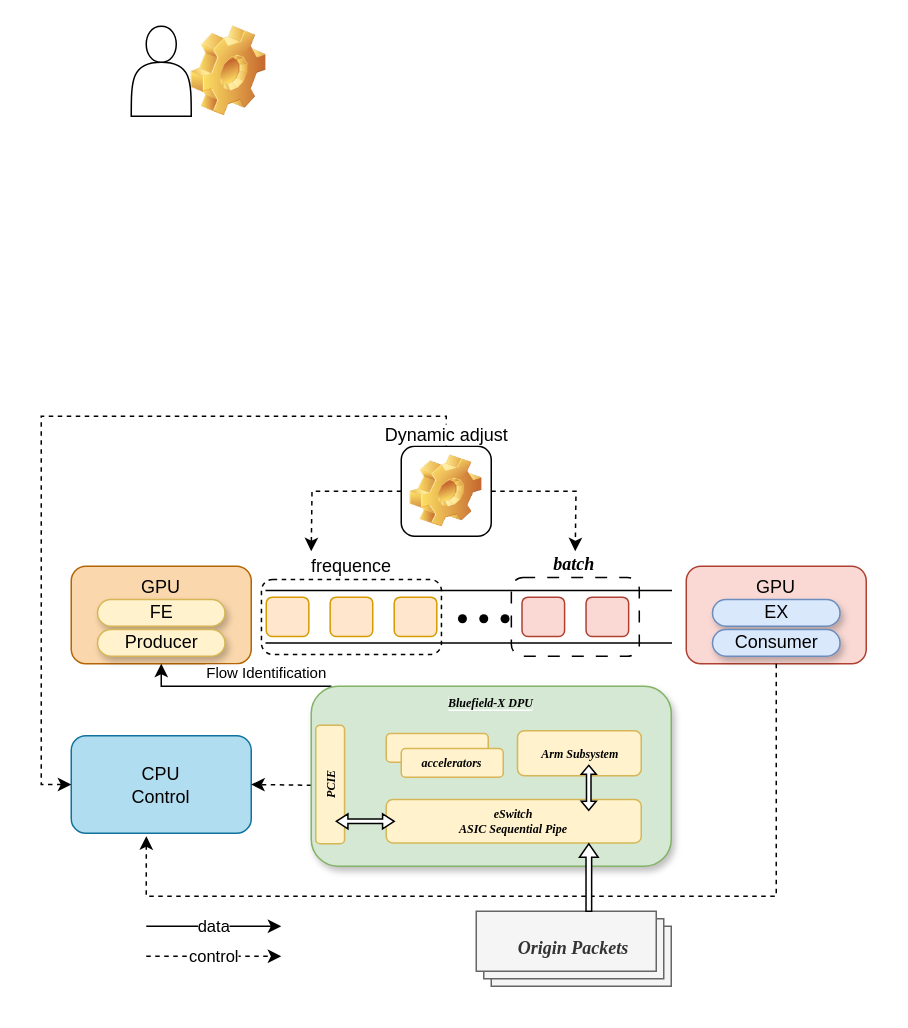
Earlier version of the draw.io diagram 未命名绘图.drawio (CHRIS123540/GPU). Source tidied: cells renumbered, new cells numbered last; positions are measured from the earlier drawing's top-left corner, leaving out a move shared by most shapes. Both pictures are drawn from the tidied source at 150%, with x=0, y=0 at pixel (40, 26).
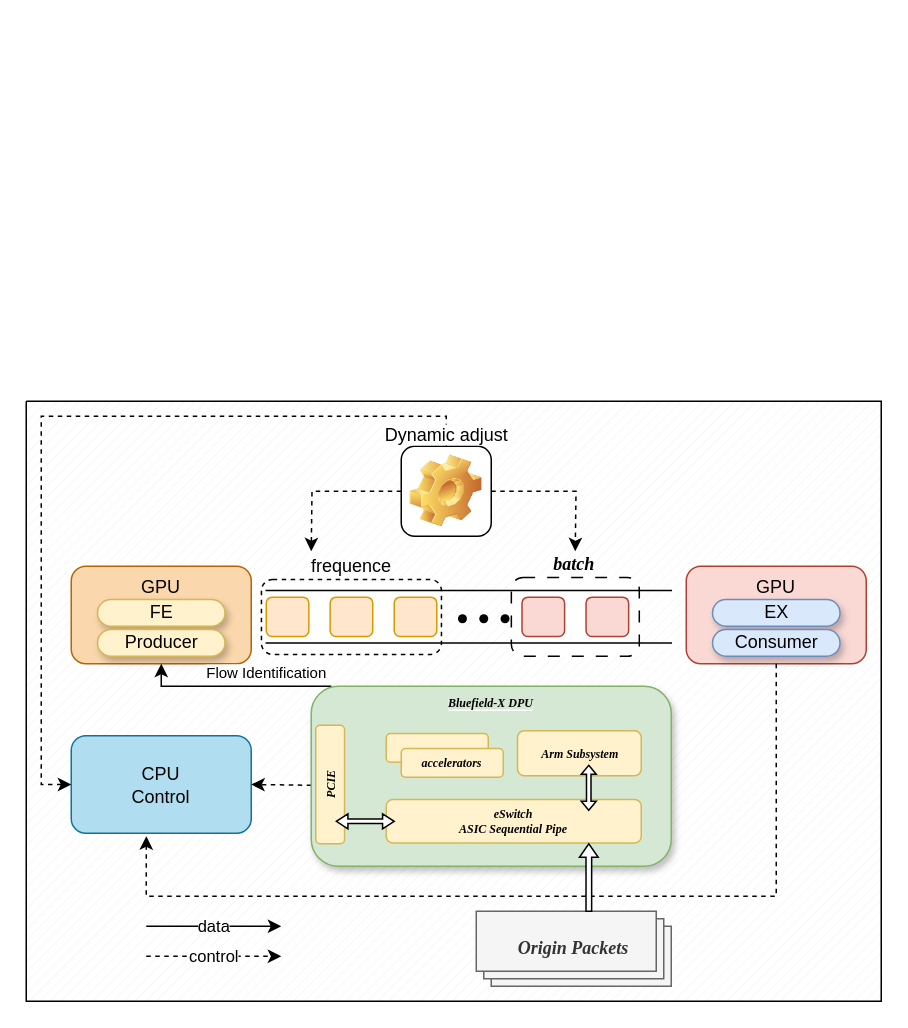
After the change.

Commit message (it also covers changes not shown here):
更新未命名绘图.drawio

Diff of the diagram source:
```diff
@@
-    <mxCell id="2" style="shape=image;html=1;verticalLabelPosition=bottom;verticalAlign=top;imageAspect=0;image=img/clipart/Gear_128x128.png;imageBackground=none;imageBorder=none;" parent="1" vertex="1">
-      <mxGeometry x="100" width="50" height="60" as="geometry" />
-    </mxCell>
-    <mxCell id="3" style="shape=actor;whiteSpace=wrap;html=1;" parent="1" vertex="1">
-      <mxGeometry x="60" width="40" height="60" as="geometry" />
-    </mxCell>
+    <mxCell id="42" style="verticalLabelPosition=bottom;verticalAlign=top;html=1;shape=mxgraph.basic.patternFillRect;fillStyle=diag;step=5;fillStrokeWidth=0.2;fillStrokeColor=#dddddd;" parent="1" vertex="1">
+      <mxGeometry x="-10" y="250" width="570" height="400" as="geometry" />
+    </mxCell>
```
